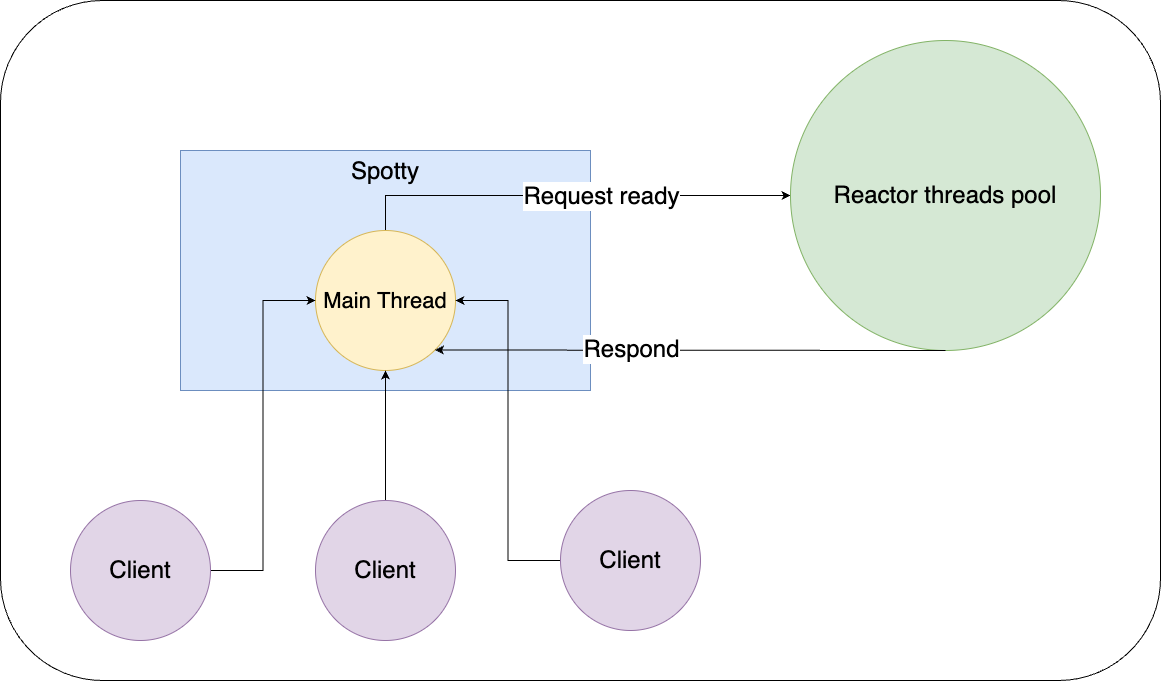
spotty-java/spotty keeps this draw.io diagram as assets/spotty-server.png. Above is the earlier version. Source tidied: cells renumbered, new cells last; positions are measured from the earlier drawing's top-left corner, leaving out a move shared by most shapes. Its diagram source:
```xml
<mxGraphModel>
  <root>
    <mxCell id="0" />
    <mxCell id="1" parent="0" />
    <mxCell id="2" style="rounded=1;whiteSpace=wrap;html=1;fontSize=22;" parent="1" vertex="1">
      <mxGeometry width="1160" height="680" as="geometry" />
    </mxCell>
    <mxCell id="3" value="&lt;font style=&quot;font-size: 24px&quot;&gt;Spotty&lt;/font&gt;" style="rounded=0;whiteSpace=wrap;html=1;verticalAlign=top;fillColor=#dae8fc;strokeColor=#6c8ebf;" parent="1" vertex="1">
      <mxGeometry x="180" y="150" width="410" height="240" as="geometry" />
    </mxCell>
    <mxCell id="4" style="edgeStyle=orthogonalEdgeStyle;rounded=0;jettySize=auto;html=1;exitX=0.5;exitY=0;exitDx=0;exitDy=0;entryX=0;entryY=0.5;entryDx=0;entryDy=0;fontSize=24;" parent="1" edge="1" source="6" target="13">
      <mxGeometry relative="1" as="geometry" />
    </mxCell>
    <mxCell id="5" value="Request ready" style="edgeLabel;html=1;align=center;verticalAlign=middle;fontSize=24;" parent="4" vertex="1">
      <mxGeometry x="-0.23" relative="1" as="geometry">
        <mxPoint x="82" as="offset" />
      </mxGeometry>
    </mxCell>
    <mxCell id="6" value="&lt;font style=&quot;font-size: 22px&quot;&gt;Main Thread&lt;/font&gt;" style="ellipse;whiteSpace=wrap;html=1;fontSize=24;fillColor=#fff2cc;strokeColor=#d6b656;" parent="1" vertex="1">
      <mxGeometry x="315" y="230" width="140" height="140" as="geometry" />
    </mxCell>
    <mxCell id="7" style="edgeStyle=orthogonalEdgeStyle;rounded=0;jettySize=auto;html=1;fontSize=24;entryX=0;entryY=0.5;entryDx=0;entryDy=0;" parent="1" edge="1" source="8" target="6">
      <mxGeometry relative="1" as="geometry" />
    </mxCell>
    <mxCell id="8" value="Client" style="ellipse;whiteSpace=wrap;html=1;fontSize=24;fillColor=#e1d5e7;strokeColor=#9673a6;" parent="1" vertex="1">
      <mxGeometry x="70" y="500" width="140" height="140" as="geometry" />
    </mxCell>
    <mxCell id="9" style="edgeStyle=orthogonalEdgeStyle;rounded=0;jettySize=auto;html=1;entryX=1;entryY=0.5;entryDx=0;entryDy=0;fontSize=24;" parent="1" edge="1" source="10" target="6">
      <mxGeometry relative="1" as="geometry" />
    </mxCell>
    <mxCell id="10" value="Client" style="ellipse;whiteSpace=wrap;html=1;fontSize=24;fillColor=#e1d5e7;strokeColor=#9673a6;" parent="1" vertex="1">
      <mxGeometry x="560" y="490" width="140" height="140" as="geometry" />
    </mxCell>
    <mxCell id="11" style="edgeStyle=orthogonalEdgeStyle;rounded=0;jettySize=auto;html=1;entryX=0.5;entryY=1;entryDx=0;entryDy=0;fontSize=24;" parent="1" edge="1" source="12" target="6">
      <mxGeometry relative="1" as="geometry" />
    </mxCell>
    <mxCell id="12" value="Client" style="ellipse;whiteSpace=wrap;html=1;fontSize=24;fillColor=#e1d5e7;strokeColor=#9673a6;" parent="1" vertex="1">
      <mxGeometry x="315" y="500" width="140" height="140" as="geometry" />
    </mxCell>
    <mxCell id="13" value="Reactor threads pool" style="ellipse;whiteSpace=wrap;html=1;fontSize=24;verticalAlign=middle;fillColor=#d5e8d4;strokeColor=#82b366;" parent="1" vertex="1">
      <mxGeometry x="790" y="40" width="310" height="310" as="geometry" />
    </mxCell>
    <mxCell id="14" style="endArrow=classic;html=1;rounded=0;fontSize=24;exitX=0.5;exitY=1;exitDx=0;exitDy=0;entryX=1;entryY=1;entryDx=0;entryDy=0;" parent="1" edge="1" source="13" target="6">
      <mxGeometry relative="1" as="geometry" />
    </mxCell>
    <mxCell id="15" value="Respond" style="edgeLabel;html=1;align=center;verticalAlign=middle;fontSize=24;" parent="14" vertex="1">
      <mxGeometry x="0.23" y="-1" relative="1" as="geometry" />
    </mxCell>
  </root>
</mxGraphModel>
```
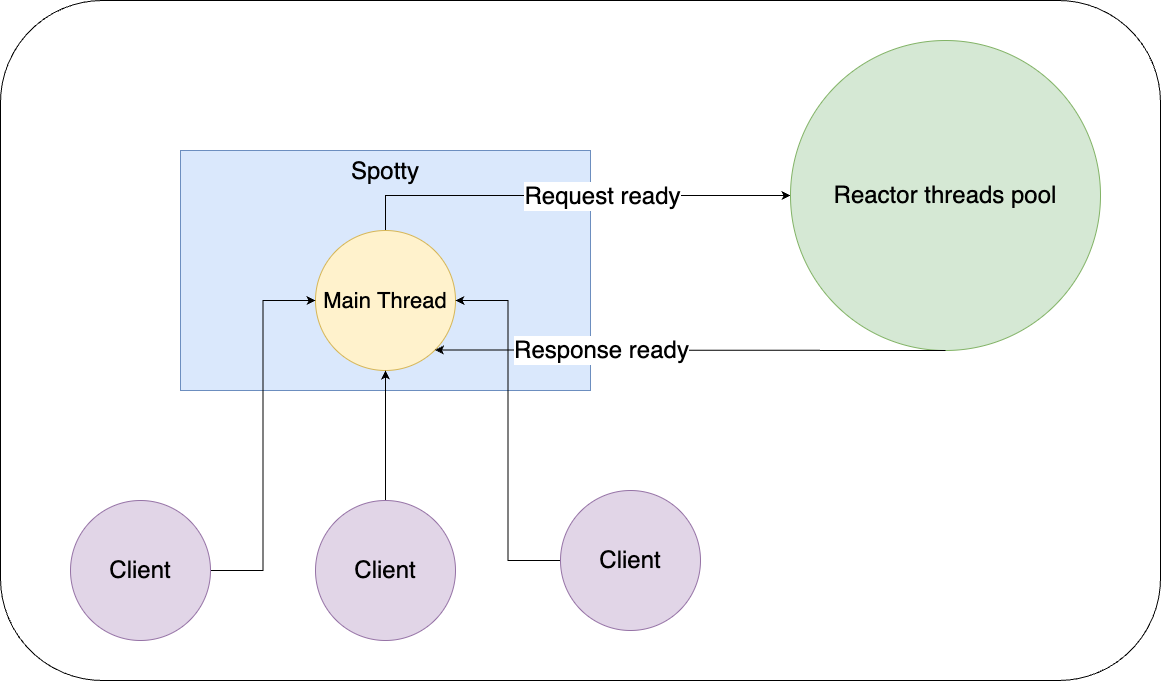
Later version of the same file.

Commit message:
domian review

The edit, as a diff of the source:
```diff
@@ -43,8 +43,10 @@
     <mxCell id="14" style="endArrow=classic;html=1;rounded=0;fontSize=24;exitX=0.5;exitY=1;exitDx=0;exitDy=0;entryX=1;entryY=1;entryDx=0;entryDy=0;" parent="1" edge="1" source="13" target="6">
       <mxGeometry relative="1" as="geometry" />
     </mxCell>
-    <mxCell id="15" value="Respond" style="edgeLabel;html=1;align=center;verticalAlign=middle;fontSize=24;" parent="14" vertex="1">
-      <mxGeometry x="0.23" y="-1" relative="1" as="geometry" />
+    <mxCell id="15" value="Response ready" style="edgeLabel;html=1;align=center;verticalAlign=middle;fontSize=24;" parent="14" vertex="1">
+      <mxGeometry x="0.23" y="-1" relative="1" as="geometry">
+        <mxPoint x="-30" y="1" as="offset" />
+      </mxGeometry>
     </mxCell>
   </root>
 </mxGraphModel>
```
